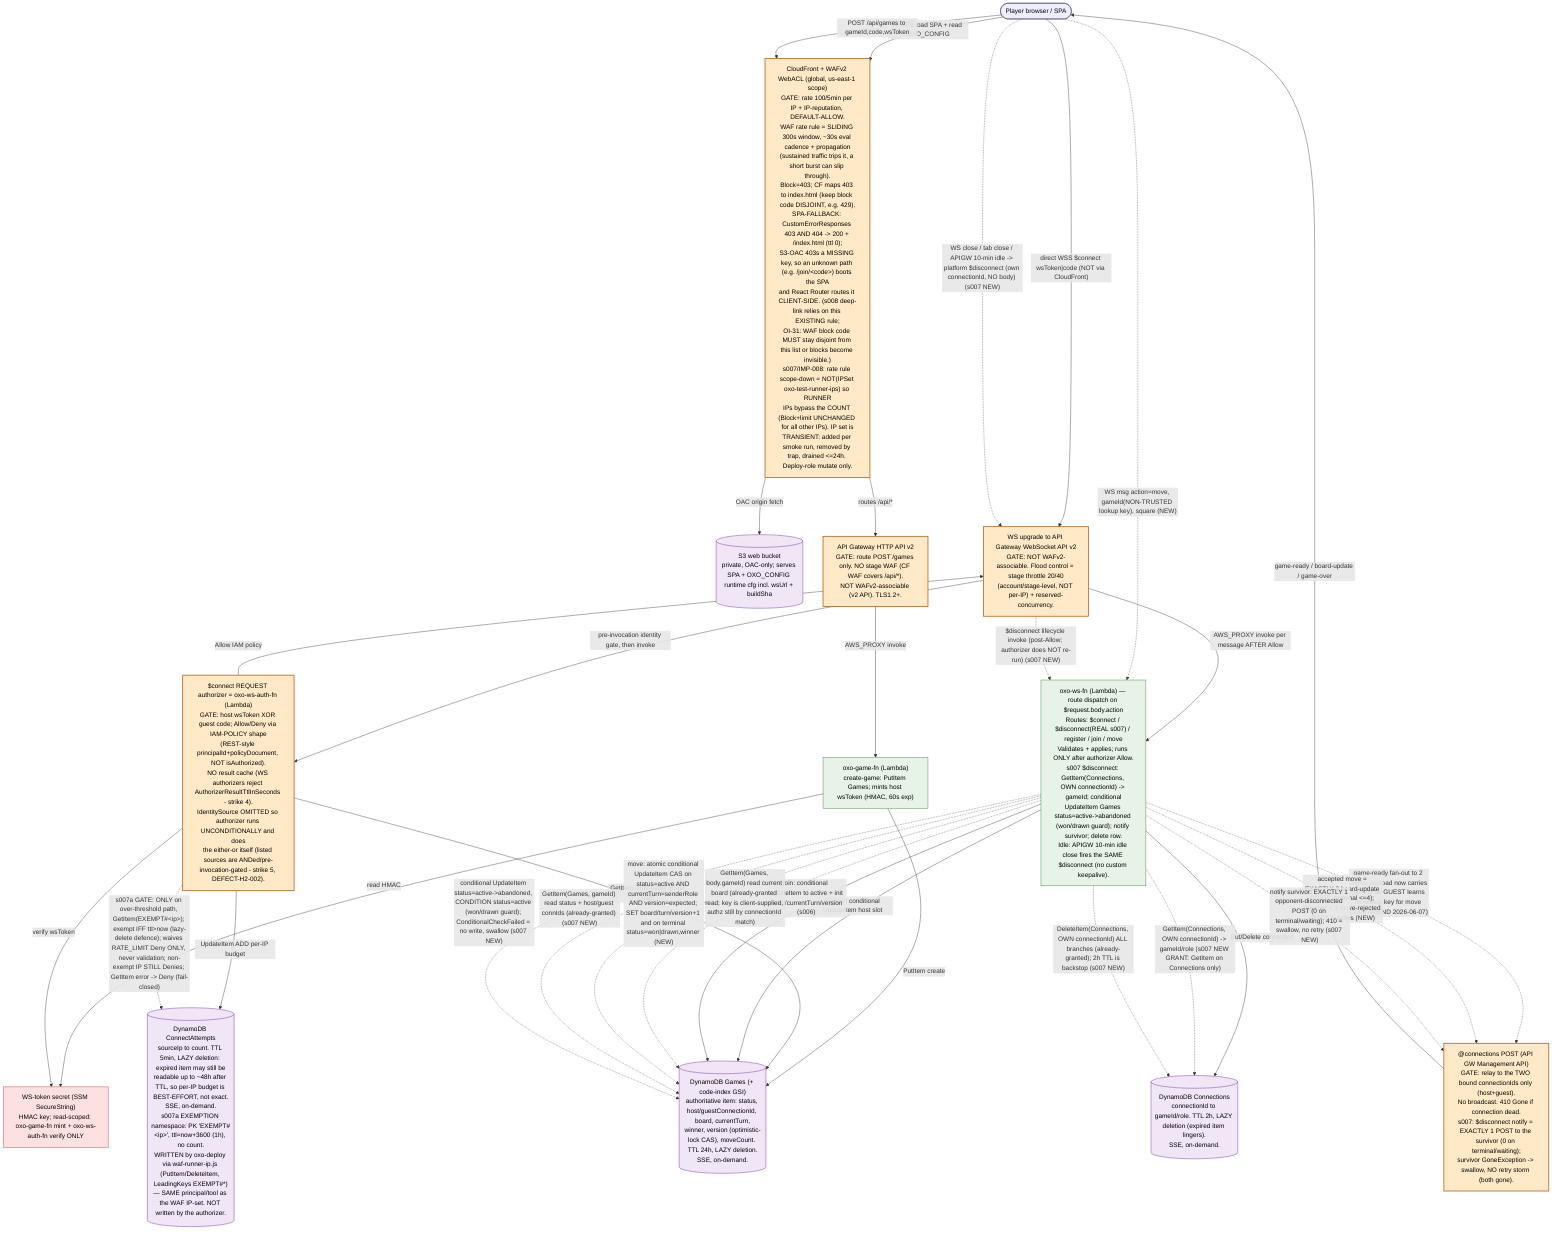
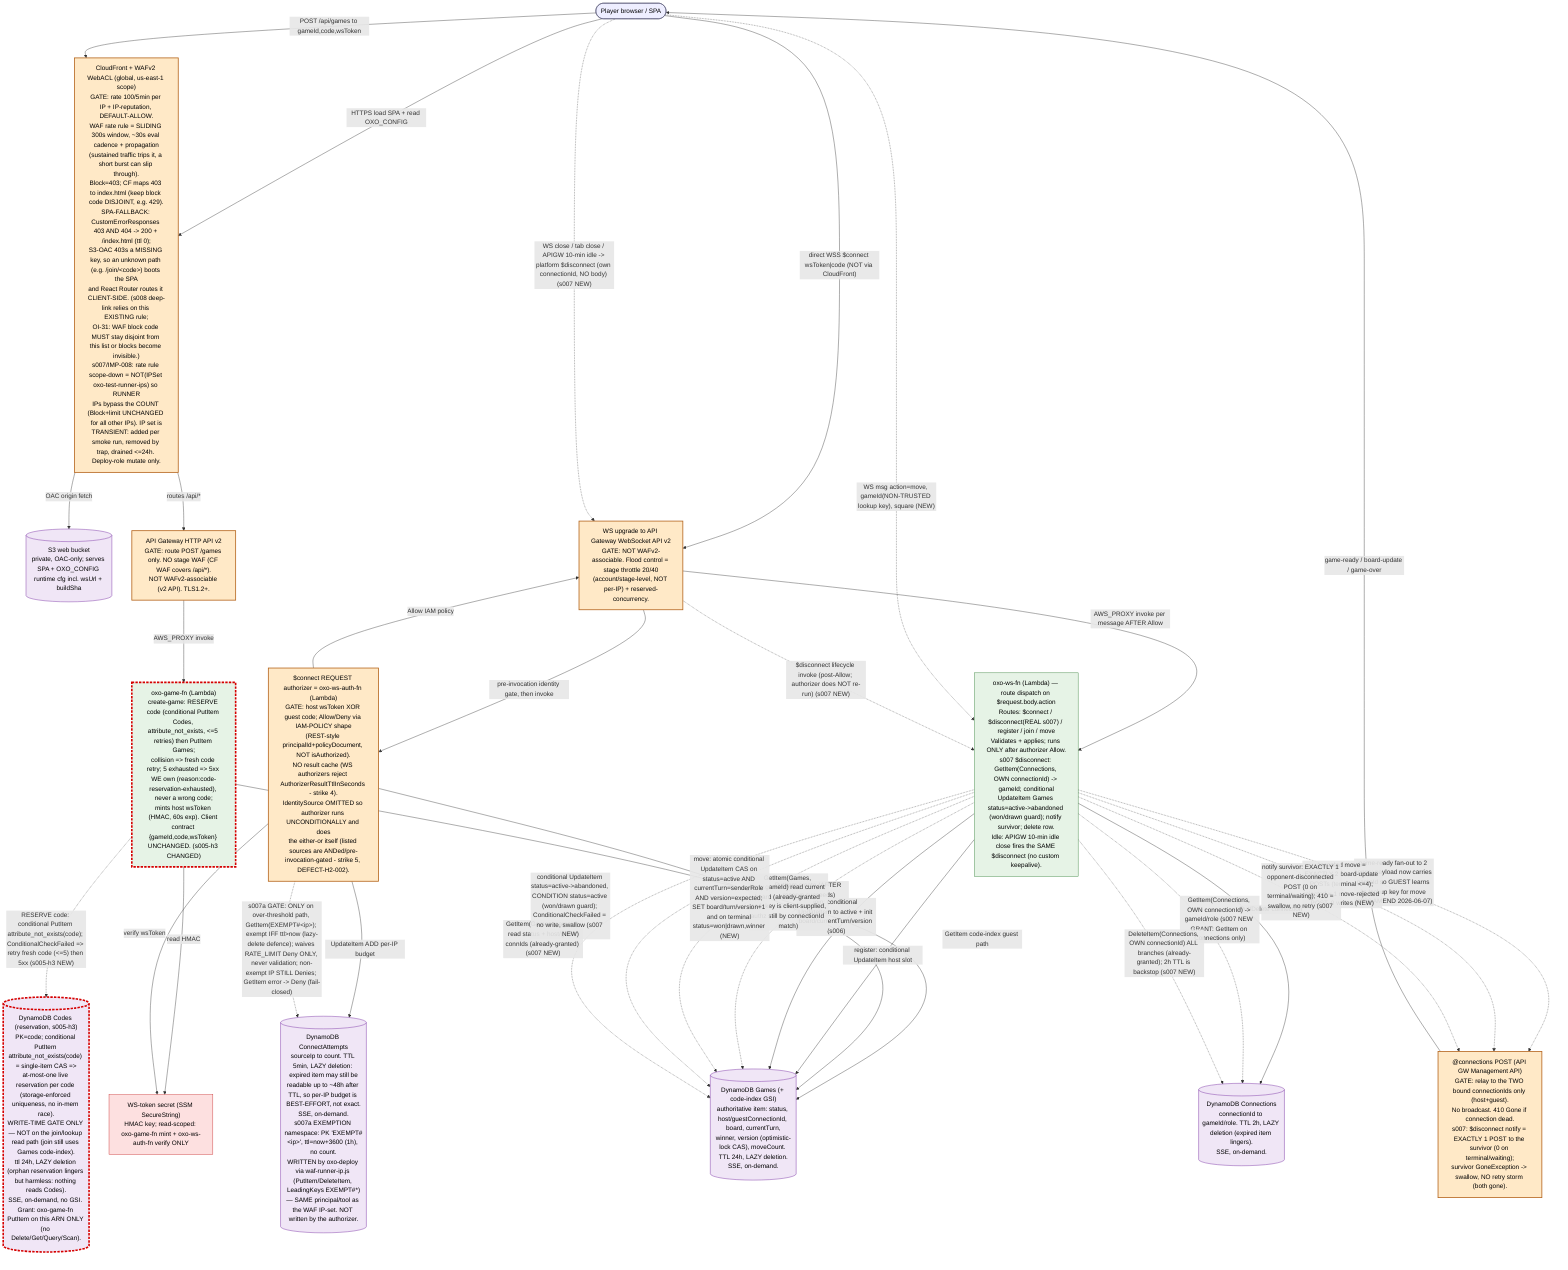
- %% oxo-online runtime data-flow — s008 edition (process §12a)
+ %% oxo-online runtime data-flow — s005-h3 edition (process §12a)
%% Platform GATES are explicit nodes. Non-obvious platform semantics are named ON the node.
%% This file is the TESTER's planning input. classDef changed marks THIS slice's (s008) delta.
%% Granularity: module / gate level (coarse). Built scope only (deferred items are NOT drawn).
%% s007 marks: the $disconnect path becomes REAL (abandon+notify+clean up) and the
%% CloudFront WAF gate gains the oxo-test-runner-ips IP-set scope-down annotation (IMP-008).
- %% s008 (CLIENT-ONLY / arch-lite): NO new platform-gate node, NO new data flow. The only
- %% delta is that the EXISTING CloudFront SPA-fallback gate (403/404 -> 200 + /index.html)
- %% now ALSO serves deep-link path /join/<code> so React Router resolves it client-side.
- %% Marked `changed` only to make the tester plan the deep-link-boots-SPA prod smoke (T1).
- %% The deep-link join itself reuses the EXISTING WS $connect?code + join path UNCHANGED.
+ %% s005-h3 (delta 009, OI-3): code uniqueness is now STORAGE-ENFORCED. NEW node `codes`
+ %% (reservation table) + NEW edge gamefn -> codes (conditional PutItem reserve). The create
+ %% path reserves the code (attribute_not_exists CAS) BEFORE the Games PutItem; collision =>
+ %% bounded server-side retry (<=5) then 5xx (never a wrong code). Join/lookup path UNCHANGED
+ %% (still Games code-index; codes is write-time gate only). Client contract UNCHANGED.
+ %% classDef changed marks THIS slice's (s005-h3) delta: codes node, gamefn->codes edge, gamefn node.

flowchart TD

  %% ---- Edge / SPA path (HTTPS) ----
  player(["Player browser / SPA"]):::actor
  cfwaf["CloudFront + WAFv2 WebACL (global, us-east-1 scope)<br/>GATE: rate 100/5min per IP + IP-reputation, DEFAULT-ALLOW.<br/>WAF rate rule = SLIDING 300s window, ~30s eval cadence + propagation<br/>(sustained traffic trips it, a short burst can slip through).<br/>Block=403; CF maps 403 to index.html (keep block code DISJOINT, e.g. 429).<br/>SPA-FALLBACK: CustomErrorResponses 403 AND 404 -> 200 + /index.html (ttl 0);<br/>S3-OAC 403s a MISSING key, so an unknown path (e.g. /join/&lt;code&gt;) boots the SPA<br/>and React Router routes it CLIENT-SIDE. (s008 deep-link relies on this EXISTING rule;<br/>OI-31: WAF block code MUST stay disjoint from this list or blocks become invisible.)<br/>s007/IMP-008: rate rule scope-down = NOT(IPSet oxo-test-runner-ips) so RUNNER<br/>IPs bypass the COUNT (Block+limit UNCHANGED for all other IPs). IP set is<br/>TRANSIENT: added per smoke run, removed by trap, drained <=24h. Deploy-role mutate only."]:::gate
  s3[("S3 web bucket<br/>private, OAC-only; serves SPA + OXO_CONFIG runtime cfg incl. wsUrl + buildSha")]:::store
  httpapi["API Gateway HTTP API v2<br/>GATE: route POST /games only. NO stage WAF (CF WAF covers /api/*).<br/>NOT WAFv2-associable (v2 API). TLS1.2+."]:::gate
-   gamefn["oxo-game-fn (Lambda)<br/>create-game: PutItem Games; mints host wsToken (HMAC, 60s exp)"]:::compute
+   gamefn["oxo-game-fn (Lambda)<br/>create-game: RESERVE code (conditional PutItem Codes, attribute_not_exists, <=5 retries) then PutItem Games;<br/>collision => fresh code retry; 5 exhausted => 5xx WE own (reason:code-reservation-exhausted), never a wrong code;<br/>mints host wsToken (HMAC, 60s exp). Client contract {gameId,code,wsToken} UNCHANGED. (s005-h3 CHANGED)"]:::compute
+   codes[("DynamoDB Codes (reservation, s005-h3)<br/>PK=code; conditional PutItem attribute_not_exists(code) = single-item CAS =><br/>at-most-one live reservation per code (storage-enforced uniqueness, no in-mem race).<br/>WRITE-TIME GATE ONLY — NOT on the join/lookup read path (join still uses Games code-index).<br/>ttl 24h, LAZY deletion (orphan reservation lingers but harmless: nothing reads Codes).<br/>SSE, on-demand, no GSI. Grant: oxo-game-fn PutItem on this ARN ONLY (no Delete/Get/Query/Scan).")]:::store
  secret["WS-token secret (SSM SecureString)<br/>HMAC key; read-scoped: oxo-game-fn mint + oxo-ws-auth-fn verify ONLY"]:::secret

  %% ---- WebSocket path (WSS, NOT via CloudFront) ----
  wsupgrade["WS upgrade to API Gateway WebSocket API v2<br/>GATE: NOT WAFv2-associable. Flood control = stage throttle 20/40<br/>(account/stage-level, NOT per-IP) + reserved-concurrency."]:::gate
  wsauth["$connect REQUEST authorizer = oxo-ws-auth-fn (Lambda)<br/>GATE: host wsToken XOR guest code; Allow/Deny via IAM-POLICY shape<br/>(REST-style principalId+policyDocument, NOT isAuthorized).<br/>NO result cache (WS authorizers reject AuthorizerResultTtlInSeconds - strike 4).<br/>IdentitySource OMITTED so authorizer runs UNCONDITIONALLY and does<br/>the either-or itself (listed sources are ANDed/pre-invocation-gated - strike 5, DEFECT-H2-002)."]:::gate
  attempts[("DynamoDB ConnectAttempts<br/>sourceIp to count. TTL 5min, LAZY deletion: expired item may still be<br/>readable up to ~48h after TTL, so per-IP budget is BEST-EFFORT, not exact.<br/>SSE, on-demand.<br/>s007a EXEMPTION namespace: PK 'EXEMPT#&lt;ip&gt;', ttl=now+3600 (1h), no count.<br/>WRITTEN by oxo-deploy via waf-runner-ip.js (PutItem/DeleteItem, LeadingKeys EXEMPT#*)<br/>— SAME principal/tool as the WAF IP-set. NOT written by the authorizer.")]:::store
  wsfn["oxo-ws-fn (Lambda) — route dispatch on $request.body.action<br/>Routes: $connect / $disconnect(REAL s007) / register / join / move<br/>Validates + applies; runs ONLY after authorizer Allow.<br/>s007 $disconnect: GetItem(Connections, OWN connectionId) -> gameId; conditional<br/>UpdateItem Games status=active->abandoned (won/drawn guard); notify survivor; delete row.<br/>Idle: APIGW 10-min idle close fires the SAME $disconnect (no custom keepalive)."]:::compute
  conn[("DynamoDB Connections<br/>connectionId to gameId/role. TTL 2h, LAZY deletion (expired item lingers).<br/>SSE, on-demand.")]:::store
  games[("DynamoDB Games (+ code-index GSI)<br/>authoritative item: status, host/guestConnectionId, board, currentTurn,<br/>winner, version (optimistic-lock CAS), moveCount. TTL 24h, LAZY deletion.<br/>SSE, on-demand.")]:::store
  relay["@connections POST (API GW Management API)<br/>GATE: relay to the TWO bound connectionIds only (host+guest).<br/>No broadcast. 410 Gone if connection dead.<br/>s007: $disconnect notify = EXACTLY 1 POST to the survivor (0 on terminal/waiting);<br/>survivor GoneException -> swallow, NO retry storm (both gone)."]:::gate

  %% ---- Existing edges (built s001..s005-h2) ----
  player -->|"HTTPS load SPA + read OXO_CONFIG"| cfwaf
  cfwaf -->|"OAC origin fetch"| s3
  cfwaf -->|"routes /api/*"| httpapi
  player -->|"POST /api/games to gameId,code,wsToken"| cfwaf
  httpapi -->|"AWS_PROXY invoke"| gamefn
-   gamefn -->|"PutItem create"| games
+   gamefn -.->|"RESERVE code: conditional PutItem attribute_not_exists(code); ConditionalCheckFailed => retry fresh code (<=5) then 5xx (s005-h3 NEW)"| codes
+   gamefn -->|"PutItem create (AFTER reserve succeeds)"| games
  gamefn -->|"read HMAC"| secret

  player -->|"direct WSS $connect wsToken|code (NOT via CloudFront)"| wsupgrade
  wsupgrade -->|"pre-invocation identity gate, then invoke"| wsauth
  wsauth -->|"verify wsToken"| secret
  wsauth -->|"GetItem code-index guest path"| games
  wsauth -->|"UpdateItem ADD per-IP budget"| attempts
  wsauth -.->|"s007a GATE: ONLY on over-threshold path, GetItem(EXEMPT#&lt;ip&gt;); exempt IFF ttl&gt;now (lazy-delete defence); waives RATE_LIMIT Deny ONLY, never validation; non-exempt IP STILL Denies; GetItem error -> Deny (fail-closed)"| attempts
  wsauth -->|"Allow IAM policy"| wsupgrade
  wsupgrade -->|"AWS_PROXY invoke per message AFTER Allow"| wsfn
  wsfn -->|"register: conditional UpdateItem host slot"| games
  wsfn -->|"join: conditional UpdateItem to active + init board/currentTurn/version (s006)"| games
  wsfn -->|"Put/Delete connection"| conn
  wsfn -.->|"game-ready fan-out to 2 conns; payload now carries gameId so GUEST learns its lookup key for move (s006 AMEND 2026-06-07)"| relay
  relay -->|"game-ready / board-update / game-over"| player

  %% ---- s006 NEW data flow: move relay (CHANGED, dotted) ----
  %% AMEND 2026-06-07: move frame carries gameId as a NON-TRUSTED LOOKUP KEY (selects
  %% the Games item to read; NOT an identity/role claim). Authorization is the
  %% server-side match of the REAL requestContext.connectionId vs stored host/guest
  %% ConnectionId; forged gameId resolves a game the sender is not in -> reject, no
  %% write. This is why NO Connections-read edge is added on the move path (S5 intact).
  %% game-ready fan-out (line 44 / join.ts) must now also carry gameId so the GUEST
  %% (joins by code) can supply the lookup key.
  player -.->|"WS msg action=move, gameId(NON-TRUSTED lookup key), square (NEW)"| wsfn
  wsfn -.->|"GetItem(Games, body.gameId) read current board (already-granted read; key is client-supplied, authz still by connectionId match)"| games
  wsfn -.->|"move: atomic conditional UpdateItem CAS on status=active AND currentTurn=senderRole AND version=expected; SET board/turn/version+1 and on terminal status=won|drawn,winner (NEW)"| games
  wsfn -.->|"accepted move = EXACTLY 2 board-update POSTs (terminal <=4); rejected = 1 move-rejected POST, 0 writes (NEW)"| relay

  %% ---- s007 NEW data flow: $disconnect abandon + notify + clean up (CHANGED, dotted) ----
  %% Platform fires $disconnect with ONLY the disconnecting OWN connectionId (no gameId, no body).
  %% connectionId IS the identity (platform-set, unspoofable) -> NO force-abandon spoof path.
  %% New IAM grant: dynamodb:GetItem on Connections ONLY (read OWN row by PK; no Query/Scan).
  player -.->|"WS close / tab close / APIGW 10-min idle -> platform $disconnect (own connectionId, NO body) (s007 NEW)"| wsupgrade
  wsupgrade -.->|"$disconnect lifecycle invoke (post-Allow; authorizer does NOT re-run) (s007 NEW)"| wsfn
  wsfn -.->|"GetItem(Connections, OWN connectionId) -> gameId/role (s007 NEW GRANT: GetItem on Connections only)"| conn
  wsfn -.->|"GetItem(Games, gameId) read status + host/guest connIds (already-granted) (s007 NEW)"| games
  wsfn -.->|"conditional UpdateItem status=active->abandoned, CONDITION status=active (won/drawn guard); ConditionalCheckFailed = no write, swallow (s007 NEW)"| games
  wsfn -.->|"notify survivor: EXACTLY 1 opponent-disconnected POST (0 on terminal/waiting); 410 = swallow, no retry (s007 NEW)"| relay
  wsfn -.->|"DeleteItem(Connections, OWN connectionId) ALL branches (already-granted); 2h TTL is backstop (s007 NEW)"| conn

  %% ---- classDef ----
  classDef actor fill:#eef,stroke:#446,color:#000;
  classDef gate fill:#ffe9c7,stroke:#b5651d,color:#000,stroke-width:2px;
  classDef compute fill:#e6f3e6,stroke:#2e7d32,color:#000;
  classDef store fill:#f0e6f6,stroke:#6a1b9a,color:#000;
  classDef secret fill:#fde0e0,stroke:#c62828,color:#000;
  classDef changed stroke:#d50000,stroke-width:4px,stroke-dasharray:6 3;

  %% s006 changed marks CLEARED (2026-06-07 — tester consumed, UC6 prod validation PASS)
  %% Previously marked: wsfn (move route), games (move-write semantics).
  %% Dotted edges (move msg, GetItem, CAS write, 2-post relay) are now delivered/stable.

  %% ---- s007 CHANGED marks (tester plans from these) ----
  %% wsfn: $disconnect stub -> real (abandon+notify+clean up); +Connections GetItem grant.
  %% conn: now READ on the $disconnect path (was write-only) — new GetItem edge.
  %% games: gains active->abandoned conditional transition on $disconnect.
  %% relay: gains the 1-post survivor notify (0 on terminal/waiting).
  %% cfwaf: gains the IMP-008 oxo-test-runner-ips IP-set scope-down annotation.
  %% ---- s007a CHANGED marks (DEFECT-S007-001 authorizer runner-exemption) ----
  %% wsauth: gains a post-threshold exemption GetItem (waives RATE_LIMIT Deny ONLY
  %%   for a LIVE EXEMPT#<ip> item, ttl>now; non-exempt IP still Denies; fail-closed).
  %% attempts: gains the EXEMPT#<ip> namespace (1h TTL), written by oxo-deploy via
  %%   waf-runner-ip.js (PutItem/DeleteItem, LeadingKeys EXEMPT#*) — not the authorizer.
  %% s007 changed marks CLEARED (2026-06-07 — tester consumed, UC4 prod validation PASS)
  %% wsfn: $disconnect real (abandon+notify+clean up); conn: GetItem on $disconnect path;
  %% games: active->abandoned transition; relay: 1-post survivor notify;
  %% cfwaf: IMP-008 scope-down; wsauth: runner-exemption check; attempts: EXEMPT# namespace.
  %% class wsfn,conn,games,relay,cfwaf,wsauth,attempts changed; — CLEARED

  %% ---- s008 CHANGED marks (CLIENT-ONLY / arch-lite — tester plans from these) ----
  %% NO new node, NO new edge, NO new platform gate, NO new data flow.
  %% cfwaf: ONLY mark — the EXISTING SPA-fallback (403/404 -> 200 + /index.html) now also
  %%   serves the deep-link path /join/<code> so React Router resolves it client-side.
  %%   Tester plans the deep-link-boots-SPA prod smoke (T1) + SM-5 two-browser e2e from this.
  %%   The deep-link JOIN reuses the EXISTING WS $connect?code + join path UNCHANGED (no edge change).
  %% s008 changed mark CLEARED (2026-06-07 — tester consumed, UC3 prod validation PASS, C4 MET 2323ms).
  %% cfwaf: deep-link /join/<code> via existing SPA-fallback confirmed in prod.
+ 
+   %% ---- s005-h3 CHANGED marks (delta 009, OI-3 — tester plans from these) ----
+   %% codes: NEW store node — code-reservation table, PK=code, conditional PutItem
+   %%   attribute_not_exists(code) = single-item CAS storage-enforced uniqueness.
+   %%   Tester: AC-6 ConditionExpression code-policy pin (synth/source assert).
+   %% gamefn->codes: NEW reserve edge (dotted) — reserve BEFORE Games PutItem; collision => retry.
+   %%   Tester: AC-1 injection (collision => fresh code), AC-4 retry-cap=>5xx (never wrong code),
+   %%   AC-2 50-concurrent-distinct PIN (real DynamoDB; local map cannot prove atomicity),
+   %%   AC-5 IAM no-widening PIN (PutItem on Codes ARN only; assert negatives),
+   %%   AC-7 orphan-harmless (Games-write fail leaves TTL'd orphan; join unaffected).
+   %% gamefn node: create flow now reserve->retry->write; client contract {gameId,code,wsToken} UNCHANGED.
+   class codes,gamefn changed;
